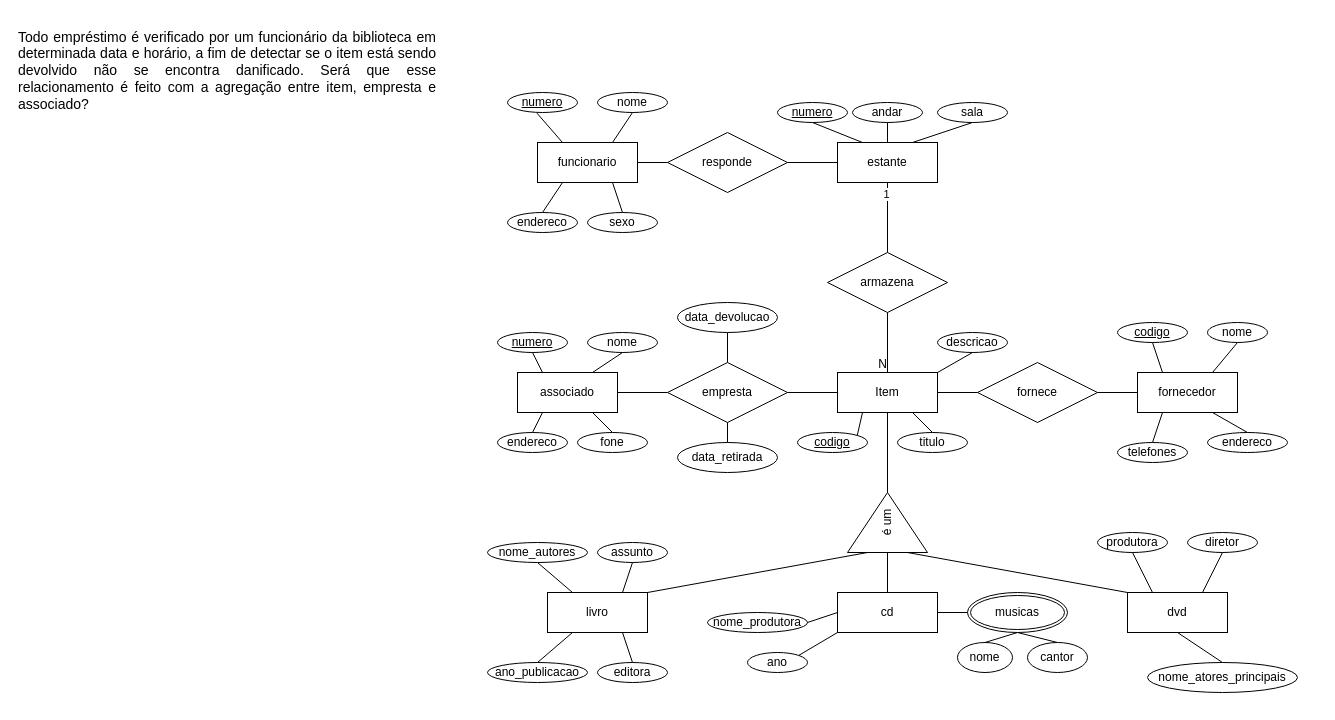
The draw.io diagram banco-de-dados-01/exercicios/mer/lista-01-mer-ex-002.drawio in lknupp/college-activities, before the edit. Source tidied: cells renumbered, new cells numbered last; positions are measured from the earlier drawing's top-left corner, leaving out a move shared by most shapes. Both pictures are drawn from the tidied source at 100%, with x=0, y=0 at pixel (17, 17).
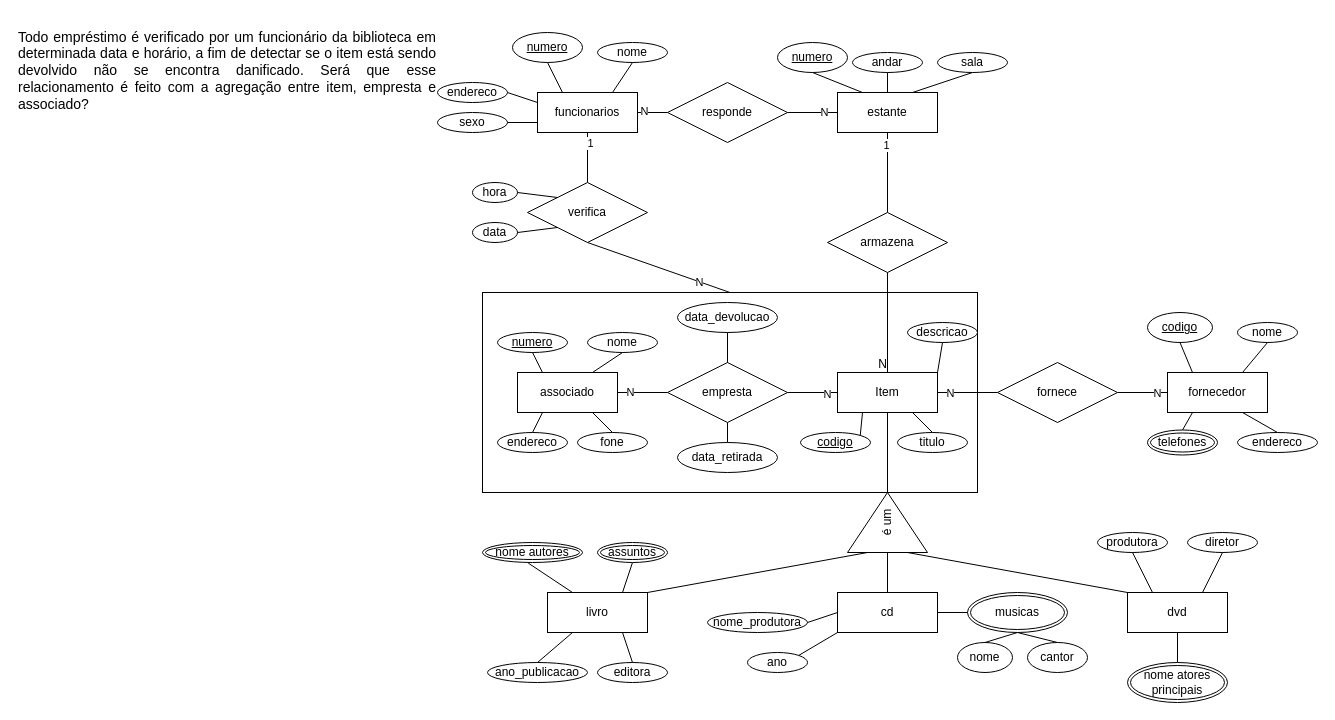
The same diagram, later.

Unchanged cells that the change refers to:
```xml
<mxCell id="5" value="livro" style="whiteSpace=wrap;html=1;align=center;" parent="1" vertex="1">
  <mxGeometry x="530" y="575" width="100" height="40" as="geometry" />
</mxCell>
<mxCell id="6" value="dvd" style="whiteSpace=wrap;html=1;align=center;" parent="1" vertex="1">
  <mxGeometry x="1110" y="575" width="100" height="40" as="geometry" />
</mxCell>
<mxCell id="47" style="endArrow=none;html=1;rounded=0;entryX=0;entryY=0.5;entryDx=0;entryDy=0;exitX=1;exitY=0.5;exitDx=0;exitDy=0;" parent="1" edge="1" source="2" target="42">
  <mxGeometry relative="1" as="geometry" />
</mxCell>
<mxCell id="48" style="endArrow=none;html=1;rounded=0;entryX=0;entryY=0.5;entryDx=0;entryDy=0;exitX=1;exitY=0.5;exitDx=0;exitDy=0;" parent="1" edge="1" source="42" target="41">
  <mxGeometry relative="1" as="geometry" />
</mxCell>
<mxCell id="55" style="endArrow=none;html=1;rounded=0;entryX=0;entryY=0.5;entryDx=0;entryDy=0;exitX=1;exitY=0.5;exitDx=0;exitDy=0;" parent="1" edge="1" source="53" target="54">
  <mxGeometry relative="1" as="geometry" />
</mxCell>
<mxCell id="56" style="endArrow=none;html=1;rounded=0;entryX=0;entryY=0.5;entryDx=0;entryDy=0;exitX=1;exitY=0.5;exitDx=0;exitDy=0;" parent="1" edge="1" source="54" target="2">
  <mxGeometry relative="1" as="geometry" />
</mxCell>
<mxCell id="91" style="endArrow=none;html=1;rounded=0;entryX=0;entryY=0.5;entryDx=0;entryDy=0;exitX=1;exitY=0.5;exitDx=0;exitDy=0;" parent="1" edge="1" source="82" target="70">
  <mxGeometry relative="1" as="geometry" />
</mxCell>
<mxCell id="92" style="endArrow=none;html=1;rounded=0;entryX=0;entryY=0.5;entryDx=0;entryDy=0;exitX=1;exitY=0.5;exitDx=0;exitDy=0;" parent="1" edge="1" source="81" target="82">
  <mxGeometry relative="1" as="geometry" />
</mxCell>
```

Diff of the diagram source:
```diff
@@
+    <mxCell id="94" style="rounded=0;whiteSpace=wrap;html=1;" parent="1" vertex="1">
+      <mxGeometry x="465" y="275" width="495" height="200" as="geometry" />
+    </mxCell>
@@
     <mxCell id="7" value="codigo" style="ellipse;whiteSpace=wrap;html=1;align=center;fontStyle=4;" parent="1" vertex="1">
-      <mxGeometry x="780" y="415" width="70" height="20" as="geometry" />
+      <mxGeometry x="783" y="415" width="70" height="20" as="geometry" />
     </mxCell>
@@
     <mxCell id="9" value="descricao" style="ellipse;whiteSpace=wrap;html=1;align=center;" parent="1" vertex="1">
-      <mxGeometry x="920" y="315" width="70" height="20" as="geometry" />
+      <mxGeometry x="890" y="305" width="70" height="20" as="geometry" />
     </mxCell>
@@
-    <mxCell id="17" value="nome_autores" style="ellipse;whiteSpace=wrap;html=1;align=center;" parent="1" vertex="1">
-      <mxGeometry x="470" y="525" width="100" height="20" as="geometry" />
-    </mxCell>
@@
-    <mxCell id="19" value="assunto" style="ellipse;whiteSpace=wrap;html=1;align=center;" parent="1" vertex="1">
-      <mxGeometry x="580" y="525" width="70" height="20" as="geometry" />
-    </mxCell>
@@
-    <mxCell id="21" style="endArrow=none;html=1;rounded=0;exitX=0.5;exitY=1;exitDx=0;exitDy=0;entryX=0.25;entryY=0;entryDx=0;entryDy=0;" parent="1" edge="1" source="17" target="5">
+    <mxCell id="21" style="endArrow=none;html=1;rounded=0;exitX=0.457;exitY=1.028;exitDx=0;exitDy=0;entryX=0.25;entryY=0;entryDx=0;entryDy=0;exitPerimeter=0;" parent="1" edge="1" source="102" target="5">
       <mxGeometry relative="1" as="geometry" />
     </mxCell>
-    <mxCell id="22" style="endArrow=none;html=1;rounded=0;exitX=0.75;exitY=0;exitDx=0;exitDy=0;entryX=0.5;entryY=1;entryDx=0;entryDy=0;" parent="1" edge="1" source="5" target="19">
+    <mxCell id="22" style="endArrow=none;html=1;rounded=0;exitX=0.75;exitY=0;exitDx=0;exitDy=0;entryX=0.5;entryY=1;entryDx=0;entryDy=0;" parent="1" edge="1" source="5" target="101">
       <mxGeometry relative="1" as="geometry" />
     </mxCell>
@@
-    <mxCell id="33" value="nome_atores_principais" style="ellipse;whiteSpace=wrap;html=1;align=center;" parent="1" vertex="1">
-      <mxGeometry x="1130" y="645" width="150" height="30" as="geometry" />
-    </mxCell>
-    <mxCell id="34" style="endArrow=none;html=1;rounded=0;exitX=0.5;exitY=1;exitDx=0;exitDy=0;entryX=0.5;entryY=0;entryDx=0;entryDy=0;" parent="1" edge="1" source="6" target="33">
+    <mxCell id="34" style="endArrow=none;html=1;rounded=0;exitX=0.5;exitY=1;exitDx=0;exitDy=0;entryX=0.5;entryY=0;entryDx=0;entryDy=0;" parent="1" edge="1" source="6" target="103">
       <mxGeometry relative="1" as="geometry" />
     </mxCell>
@@
     <mxCell id="41" value="fornecedor" style="whiteSpace=wrap;html=1;align=center;" parent="1" vertex="1">
-      <mxGeometry x="1120" y="355" width="100" height="40" as="geometry" />
+      <mxGeometry x="1150" y="355" width="100" height="40" as="geometry" />
     </mxCell>
     <mxCell id="42" value="fornece" style="shape=rhombus;perimeter=rhombusPerimeter;whiteSpace=wrap;html=1;align=center;" parent="1" vertex="1">
-      <mxGeometry x="960" y="345" width="120" height="60" as="geometry" />
+      <mxGeometry x="980" y="345" width="120" height="60" as="geometry" />
     </mxCell>
-    <mxCell id="43" value="codigo" style="ellipse;whiteSpace=wrap;html=1;align=center;fontStyle=4;" parent="1" vertex="1">
-      <mxGeometry x="1100" y="305" width="70" height="20" as="geometry" />
-    </mxCell>
-    <mxCell id="44" value="telefones" style="ellipse;whiteSpace=wrap;html=1;align=center;" parent="1" vertex="1">
-      <mxGeometry x="1100" y="425" width="70" height="20" as="geometry" />
-    </mxCell>
     <mxCell id="45" value="endereco" style="ellipse;whiteSpace=wrap;html=1;align=center;" parent="1" vertex="1">
-      <mxGeometry x="1190" y="415" width="80" height="20" as="geometry" />
+      <mxGeometry x="1220" y="415" width="80" height="20" as="geometry" />
     </mxCell>
     <mxCell id="46" value="nome" style="ellipse;whiteSpace=wrap;html=1;align=center;" parent="1" vertex="1">
-      <mxGeometry x="1190" y="305" width="60" height="20" as="geometry" />
+      <mxGeometry x="1220" y="305" width="60" height="20" as="geometry" />
     </mxCell>
@@
+    <mxCell id="95" value="N" style="edgeLabel;html=1;align=center;verticalAlign=middle;" parent="47" vertex="1">
+      <mxGeometry x="-0.61" relative="1" as="geometry" />
+    </mxCell>
@@
+    <mxCell id="96" value="N" style="edgeLabel;html=1;align=center;verticalAlign=middle;" parent="48" vertex="1">
+      <mxGeometry x="0.54" relative="1" as="geometry" />
+    </mxCell>
@@
+    <mxCell id="97" value="N" style="edgeLabel;html=1;align=center;verticalAlign=middle;" parent="55" vertex="1">
+      <mxGeometry x="-0.53" y="1" relative="1" as="geometry" />
+    </mxCell>
@@
+    <mxCell id="98" value="N" style="edgeLabel;html=1;align=center;verticalAlign=middle;" parent="56" vertex="1">
+      <mxGeometry x="0.56" y="-1" relative="1" as="geometry" />
+    </mxCell>
@@
     <mxCell id="69" value="armazena" style="shape=rhombus;perimeter=rhombusPerimeter;whiteSpace=wrap;html=1;align=center;" parent="1" vertex="1">
-      <mxGeometry x="810" y="235" width="120" height="60" as="geometry" />
+      <mxGeometry x="810" y="195" width="120" height="60" as="geometry" />
     </mxCell>
     <mxCell id="70" value="estante" style="whiteSpace=wrap;html=1;align=center;" parent="1" vertex="1">
-      <mxGeometry x="820" y="125" width="100" height="40" as="geometry" />
+      <mxGeometry x="820" y="75" width="100" height="40" as="geometry" />
     </mxCell>
     <mxCell id="71" value="numero" style="ellipse;whiteSpace=wrap;html=1;align=center;fontStyle=4;" parent="1" vertex="1">
-      <mxGeometry x="760" y="85" width="70" height="20" as="geometry" />
+      <mxGeometry x="760" y="25" width="70" height="30" as="geometry" />
     </mxCell>
     <mxCell id="72" value="andar" style="ellipse;whiteSpace=wrap;html=1;align=center;" parent="1" vertex="1">
-      <mxGeometry x="835" y="85" width="70" height="20" as="geometry" />
+      <mxGeometry x="835" y="35" width="70" height="20" as="geometry" />
     </mxCell>
     <mxCell id="73" value="sala" style="ellipse;whiteSpace=wrap;html=1;align=center;" parent="1" vertex="1">
-      <mxGeometry x="920" y="85" width="70" height="20" as="geometry" />
+      <mxGeometry x="920" y="35" width="70" height="20" as="geometry" />
     </mxCell>
@@
-    <mxCell id="81" value="funcionario" style="whiteSpace=wrap;html=1;align=center;" parent="1" vertex="1">
-      <mxGeometry x="520" y="125" width="100" height="40" as="geometry" />
+    <mxCell id="81" value="funcionarios" style="whiteSpace=wrap;html=1;align=center;" parent="1" vertex="1">
+      <mxGeometry x="520" y="75" width="100" height="40" as="geometry" />
     </mxCell>
     <mxCell id="82" value="responde" style="shape=rhombus;perimeter=rhombusPerimeter;whiteSpace=wrap;html=1;align=center;" parent="1" vertex="1">
-      <mxGeometry x="650" y="115" width="120" height="60" as="geometry" />
+      <mxGeometry x="650" y="65" width="120" height="60" as="geometry" />
     </mxCell>
-    <mxCell id="83" value="numero" style="ellipse;whiteSpace=wrap;html=1;align=center;fontStyle=4;" parent="1" vertex="1">
-      <mxGeometry x="490" y="75" width="70" height="20" as="geometry" />
-    </mxCell>
     <mxCell id="84" value="nome" style="ellipse;whiteSpace=wrap;html=1;align=center;" parent="1" vertex="1">
-      <mxGeometry x="580" y="75" width="70" height="20" as="geometry" />
+      <mxGeometry x="580" y="25" width="70" height="20" as="geometry" />
     </mxCell>
     <mxCell id="85" value="endereco" style="ellipse;whiteSpace=wrap;html=1;align=center;" parent="1" vertex="1">
-      <mxGeometry x="490" y="195" width="70" height="20" as="geometry" />
+      <mxGeometry x="420" y="65" width="70" height="20" as="geometry" />
     </mxCell>
     <mxCell id="86" value="sexo" style="ellipse;whiteSpace=wrap;html=1;align=center;" parent="1" vertex="1">
-      <mxGeometry x="570" y="195" width="70" height="20" as="geometry" />
+      <mxGeometry x="420" y="95" width="70" height="20" as="geometry" />
     </mxCell>
-    <mxCell id="87" style="endArrow=none;html=1;rounded=0;exitX=0.421;exitY=1.033;exitDx=0;exitDy=0;exitPerimeter=0;entryX=0.25;entryY=0;entryDx=0;entryDy=0;" parent="1" edge="1" source="83" target="81">
+    <mxCell id="87" style="endArrow=none;html=1;rounded=0;exitX=0.5;exitY=1;exitDx=0;exitDy=0;entryX=0.25;entryY=0;entryDx=0;entryDy=0;" parent="1" edge="1" source="83" target="81">
       <mxGeometry relative="1" as="geometry" />
     </mxCell>
@@
-    <mxCell id="89" style="endArrow=none;html=1;rounded=0;exitX=0.25;exitY=1;exitDx=0;exitDy=0;entryX=0.5;entryY=0;entryDx=0;entryDy=0;" parent="1" edge="1" source="81" target="85">
+    <mxCell id="89" style="endArrow=none;html=1;rounded=0;exitX=0;exitY=0.25;exitDx=0;exitDy=0;entryX=1;entryY=0.5;entryDx=0;entryDy=0;" parent="1" edge="1" source="81" target="85">
       <mxGeometry relative="1" as="geometry" />
     </mxCell>
-    <mxCell id="90" style="endArrow=none;html=1;rounded=0;exitX=0.75;exitY=1;exitDx=0;exitDy=0;entryX=0.5;entryY=0;entryDx=0;entryDy=0;" parent="1" edge="1" source="81" target="86">
+    <mxCell id="90" style="endArrow=none;html=1;rounded=0;exitX=0;exitY=0.75;exitDx=0;exitDy=0;entryX=1;entryY=0.5;entryDx=0;entryDy=0;" parent="1" edge="1" source="81" target="86">
       <mxGeometry relative="1" as="geometry" />
     </mxCell>
@@
+    <mxCell id="99" value="N" style="edgeLabel;html=1;align=center;verticalAlign=middle;" parent="91" vertex="1">
+      <mxGeometry x="0.45" y="1" relative="1" as="geometry" />
+    </mxCell>
@@
+    <mxCell id="100" value="N" style="edgeLabel;html=1;align=center;verticalAlign=middle;" parent="92" vertex="1">
+      <mxGeometry x="-0.57" y="2" relative="1" as="geometry" />
+    </mxCell>
@@
+    <mxCell id="101" value="assuntos" style="ellipse;shape=doubleEllipse;margin=3;whiteSpace=wrap;html=1;align=center;" parent="1" vertex="1">
+      <mxGeometry x="580" y="525" width="70" height="20" as="geometry" />
+    </mxCell>
+    <mxCell id="102" value="nome autores" style="ellipse;shape=doubleEllipse;margin=3;whiteSpace=wrap;html=1;align=center;" parent="1" vertex="1">
+      <mxGeometry x="465" y="525" width="100" height="20" as="geometry" />
+    </mxCell>
+    <mxCell id="103" value="nome atores principais" style="ellipse;shape=doubleEllipse;margin=3;whiteSpace=wrap;html=1;align=center;" parent="1" vertex="1">
+      <mxGeometry x="1110" y="645" width="100" height="40" as="geometry" />
+    </mxCell>
+    <mxCell id="44" value="telefones" style="ellipse;shape=doubleEllipse;margin=3;whiteSpace=wrap;html=1;align=center;" parent="1" vertex="1">
+      <mxGeometry x="1130" y="412.5" width="70" height="25" as="geometry" />
+    </mxCell>
+    <mxCell id="104" value="verifica" style="shape=rhombus;perimeter=rhombusPerimeter;whiteSpace=wrap;html=1;align=center;" parent="1" vertex="1">
+      <mxGeometry x="510" y="165" width="120" height="60" as="geometry" />
+    </mxCell>
+    <mxCell id="105" style="endArrow=none;html=1;rounded=0;exitX=0.5;exitY=1;exitDx=0;exitDy=0;entryX=0.5;entryY=0;entryDx=0;entryDy=0;" parent="1" edge="1" source="81" target="104">
+      <mxGeometry relative="1" as="geometry" />
+    </mxCell>
+    <mxCell id="106" value="1" style="edgeLabel;html=1;align=center;verticalAlign=middle;" parent="105" vertex="1">
+      <mxGeometry x="-0.61" y="2" relative="1" as="geometry" />
+    </mxCell>
+    <mxCell id="107" style="endArrow=none;html=1;rounded=0;entryX=0.5;entryY=0;entryDx=0;entryDy=0;exitX=0.5;exitY=1;exitDx=0;exitDy=0;" parent="1" edge="1" source="104" target="94">
+      <mxGeometry relative="1" as="geometry" />
+    </mxCell>
+    <mxCell id="108" value="N" style="edgeLabel;html=1;align=center;verticalAlign=middle;" parent="107" vertex="1">
+      <mxGeometry x="0.56" relative="1" as="geometry" />
+    </mxCell>
+    <mxCell id="109" value="hora" style="ellipse;whiteSpace=wrap;html=1;align=center;" parent="1" vertex="1">
+      <mxGeometry x="455" y="165" width="45" height="20" as="geometry" />
+    </mxCell>
+    <mxCell id="110" value="data" style="ellipse;whiteSpace=wrap;html=1;align=center;" parent="1" vertex="1">
+      <mxGeometry x="455" y="205" width="45" height="20" as="geometry" />
+    </mxCell>
+    <mxCell id="111" style="endArrow=none;html=1;rounded=0;exitX=1;exitY=0.5;exitDx=0;exitDy=0;entryX=0;entryY=0;entryDx=0;entryDy=0;" parent="1" edge="1" source="109" target="104">
+      <mxGeometry relative="1" as="geometry" />
+    </mxCell>
+    <mxCell id="112" style="endArrow=none;html=1;rounded=0;exitX=1;exitY=0.5;exitDx=0;exitDy=0;entryX=0;entryY=1;entryDx=0;entryDy=0;" parent="1" edge="1" source="110" target="104">
+      <mxGeometry relative="1" as="geometry" />
+    </mxCell>
+    <mxCell id="43" value="&lt;div&gt;codigo&lt;/div&gt;" style="ellipse;whiteSpace=wrap;html=1;align=center;fontStyle=4;" parent="1" vertex="1">
+      <mxGeometry x="1130" y="295" width="65" height="30" as="geometry" />
+    </mxCell>
+    <mxCell id="83" value="numero" style="ellipse;whiteSpace=wrap;html=1;align=center;fontStyle=4;" parent="1" vertex="1">
+      <mxGeometry x="495" y="15" width="70" height="30" as="geometry" />
+    </mxCell>
```
